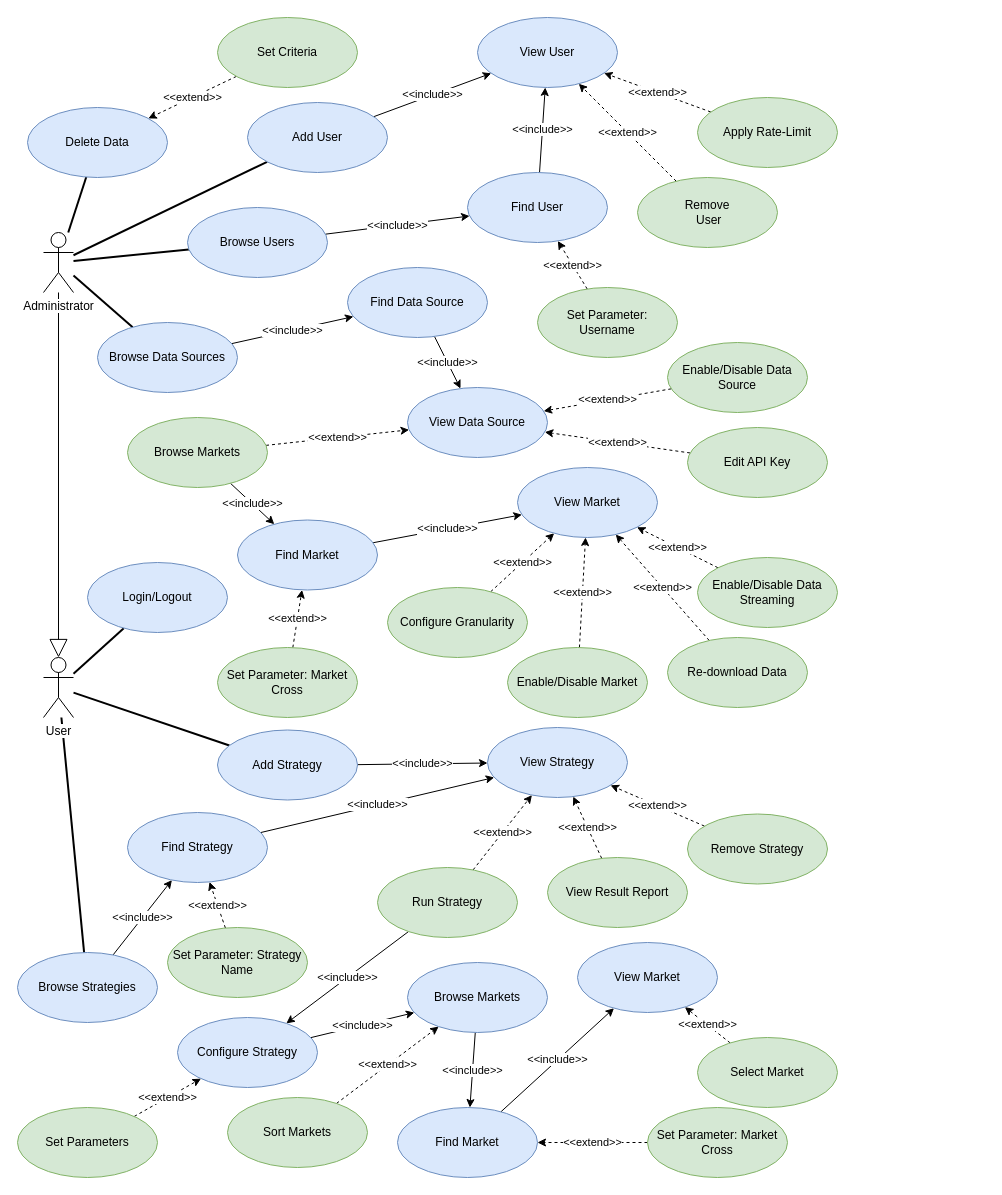
nferrante1/lsmsd2 keeps this draw.io diagram as drawio/usecases.drawio. Above is the earlier version. Source tidied: cells renumbered, new cells numbered last; positions are measured from the earlier drawing's top-left corner, leaving out a move shared by most shapes. Both pictures are drawn from the tidied source at 100%, with x=0, y=0 at pixel (17, 17).
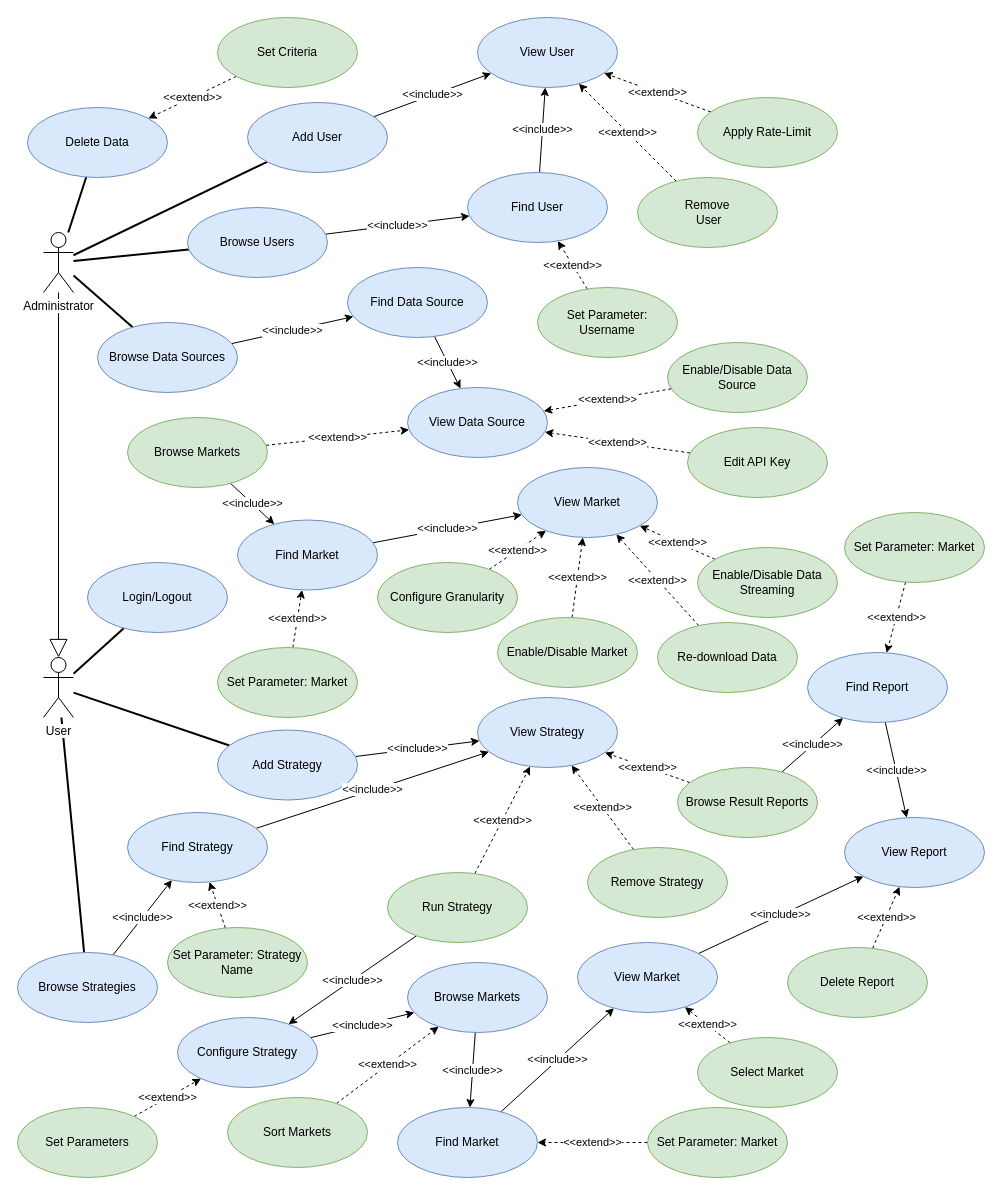
After the change.

Commit message:
Add details to Browse Reports use case

Unchanged cells that the change refers to:
```xml
<mxCell id="84" value="View Market" style="ellipse;whiteSpace=wrap;html=1;fillColor=#dae8fc;strokeColor=#6c8ebf;" parent="1" vertex="1">
  <mxGeometry x="560" y="925" width="140" height="70" as="geometry" />
</mxCell>
```

The edit, as a diff of the source:
```diff
@@
     <mxCell id="20" value="Configure Granularity" style="ellipse;whiteSpace=wrap;html=1;fillColor=#d5e8d4;strokeColor=#82b366;" parent="1" vertex="1">
-      <mxGeometry x="370" y="570" width="140" height="70" as="geometry" />
+      <mxGeometry x="360" y="545" width="140" height="70" as="geometry" />
     </mxCell>
@@
     <mxCell id="32" value="Enable/Disable Market" style="ellipse;whiteSpace=wrap;html=1;fillColor=#d5e8d4;strokeColor=#82b366;" parent="1" vertex="1">
-      <mxGeometry x="490" y="630" width="140" height="70" as="geometry" />
+      <mxGeometry x="480" y="600" width="140" height="70" as="geometry" />
     </mxCell>
@@
     <mxCell id="41" value="Enable/Disable Data Streaming" style="ellipse;whiteSpace=wrap;html=1;fillColor=#d5e8d4;strokeColor=#82b366;" parent="1" vertex="1">
-      <mxGeometry x="680" y="540" width="140" height="70" as="geometry" />
+      <mxGeometry x="680" y="530" width="140" height="70" as="geometry" />
     </mxCell>
@@
     <mxCell id="43" value="Re-download Data" style="ellipse;whiteSpace=wrap;html=1;fillColor=#d5e8d4;strokeColor=#82b366;" parent="1" vertex="1">
-      <mxGeometry x="650" y="620" width="140" height="70" as="geometry" />
+      <mxGeometry x="640" y="605" width="140" height="70" as="geometry" />
     </mxCell>
@@
-    <mxCell id="51" value="Set Parameter: Market Cross" style="ellipse;whiteSpace=wrap;html=1;fillColor=#d5e8d4;strokeColor=#82b366;" parent="1" vertex="1">
+    <mxCell id="51" value="Set Parameter: Market" style="ellipse;whiteSpace=wrap;html=1;fillColor=#d5e8d4;strokeColor=#82b366;" parent="1" vertex="1">
       <mxGeometry x="200" y="630" width="140" height="70" as="geometry" />
     </mxCell>
@@
     <mxCell id="56" value="View Strategy" style="ellipse;whiteSpace=wrap;html=1;fillColor=#dae8fc;strokeColor=#6c8ebf;" parent="1" vertex="1">
-      <mxGeometry x="470" y="710" width="140" height="70" as="geometry" />
+      <mxGeometry x="460" y="680" width="140" height="70" as="geometry" />
     </mxCell>
@@
     <mxCell id="65" value="Run Strategy" style="ellipse;whiteSpace=wrap;html=1;fillColor=#d5e8d4;strokeColor=#82b366;" parent="1" vertex="1">
-      <mxGeometry x="360" y="850" width="140" height="70" as="geometry" />
+      <mxGeometry x="370" y="855" width="140" height="70" as="geometry" />
     </mxCell>
@@
+    <mxCell id="85" value="&amp;lt;&amp;lt;include&amp;gt;&amp;gt;" style="rounded=0;jettySize=auto;html=1;" parent="1" edge="1" source="67" target="88">
+      <mxGeometry relative="1" as="geometry" />
+    </mxCell>
-    <mxCell id="67" value="View Result Report" style="ellipse;whiteSpace=wrap;html=1;fillColor=#d5e8d4;strokeColor=#82b366;" parent="1" vertex="1">
-      <mxGeometry x="530" y="840" width="140" height="70" as="geometry" />
+    <mxCell id="67" value="Browse Result Reports" style="ellipse;whiteSpace=wrap;html=1;fillColor=#d5e8d4;strokeColor=#82b366;" parent="1" vertex="1">
+      <mxGeometry x="660" y="750" width="140" height="70" as="geometry" />
     </mxCell>
@@
-    <mxCell id="75" value="Set Parameter: Market Cross" style="ellipse;whiteSpace=wrap;html=1;fillColor=#d5e8d4;strokeColor=#82b366;" parent="1" vertex="1">
+    <mxCell id="75" value="Set Parameter: Market " style="ellipse;whiteSpace=wrap;html=1;fillColor=#d5e8d4;strokeColor=#82b366;" parent="1" vertex="1">
       <mxGeometry x="630" y="1090" width="140" height="70" as="geometry" />
     </mxCell>
@@
     <mxCell id="81" value="Remove Strategy" style="ellipse;whiteSpace=wrap;html=1;fillColor=#d5e8d4;strokeColor=#82b366;" parent="1" vertex="1">
-      <mxGeometry x="670" y="796.5" width="140" height="70" as="geometry" />
+      <mxGeometry x="570" y="830" width="140" height="70" as="geometry" />
     </mxCell>
@@
+    <mxCell id="86" value="&amp;lt;&amp;lt;include&amp;gt;&amp;gt;" style="edgeStyle=none;rounded=0;jettySize=auto;html=1;" parent="1" edge="1" source="84" target="89">
+      <mxGeometry relative="1" as="geometry" />
+    </mxCell>
@@
+    <mxCell id="87" value="&amp;lt;&amp;lt;include&amp;gt;&amp;gt;" style="edgeStyle=none;rounded=0;jettySize=auto;html=1;" parent="1" edge="1" source="88" target="89">
+      <mxGeometry relative="1" as="geometry" />
+    </mxCell>
+    <mxCell id="88" value="Find Report" style="ellipse;whiteSpace=wrap;html=1;fillColor=#dae8fc;strokeColor=#6c8ebf;" parent="1" vertex="1">
+      <mxGeometry x="790" y="635" width="140" height="70" as="geometry" />
+    </mxCell>
+    <mxCell id="89" value="View Report" style="ellipse;whiteSpace=wrap;html=1;fillColor=#dae8fc;strokeColor=#6c8ebf;" parent="1" vertex="1">
+      <mxGeometry x="827" y="800" width="140" height="70" as="geometry" />
+    </mxCell>
+    <mxCell id="90" value="&amp;lt;&amp;lt;extend&amp;gt;&amp;gt;" style="edgeStyle=none;rounded=0;jettySize=auto;html=1;dashed=1;" parent="1" edge="1" source="91" target="89">
+      <mxGeometry relative="1" as="geometry" />
+    </mxCell>
+    <mxCell id="91" value="Delete Report" style="ellipse;whiteSpace=wrap;html=1;fillColor=#d5e8d4;strokeColor=#82b366;" parent="1" vertex="1">
+      <mxGeometry x="770" y="930" width="140" height="70" as="geometry" />
+    </mxCell>
+    <mxCell id="92" value="&amp;lt;&amp;lt;extend&amp;gt;&amp;gt;" style="edgeStyle=none;rounded=0;jettySize=auto;html=1;dashed=1;" parent="1" edge="1" source="93" target="88">
+      <mxGeometry relative="1" as="geometry" />
+    </mxCell>
+    <mxCell id="93" value="Set Parameter: Market" style="ellipse;whiteSpace=wrap;html=1;fillColor=#d5e8d4;strokeColor=#82b366;" parent="1" vertex="1">
+      <mxGeometry x="827" y="495" width="140" height="70" as="geometry" />
+    </mxCell>
```
